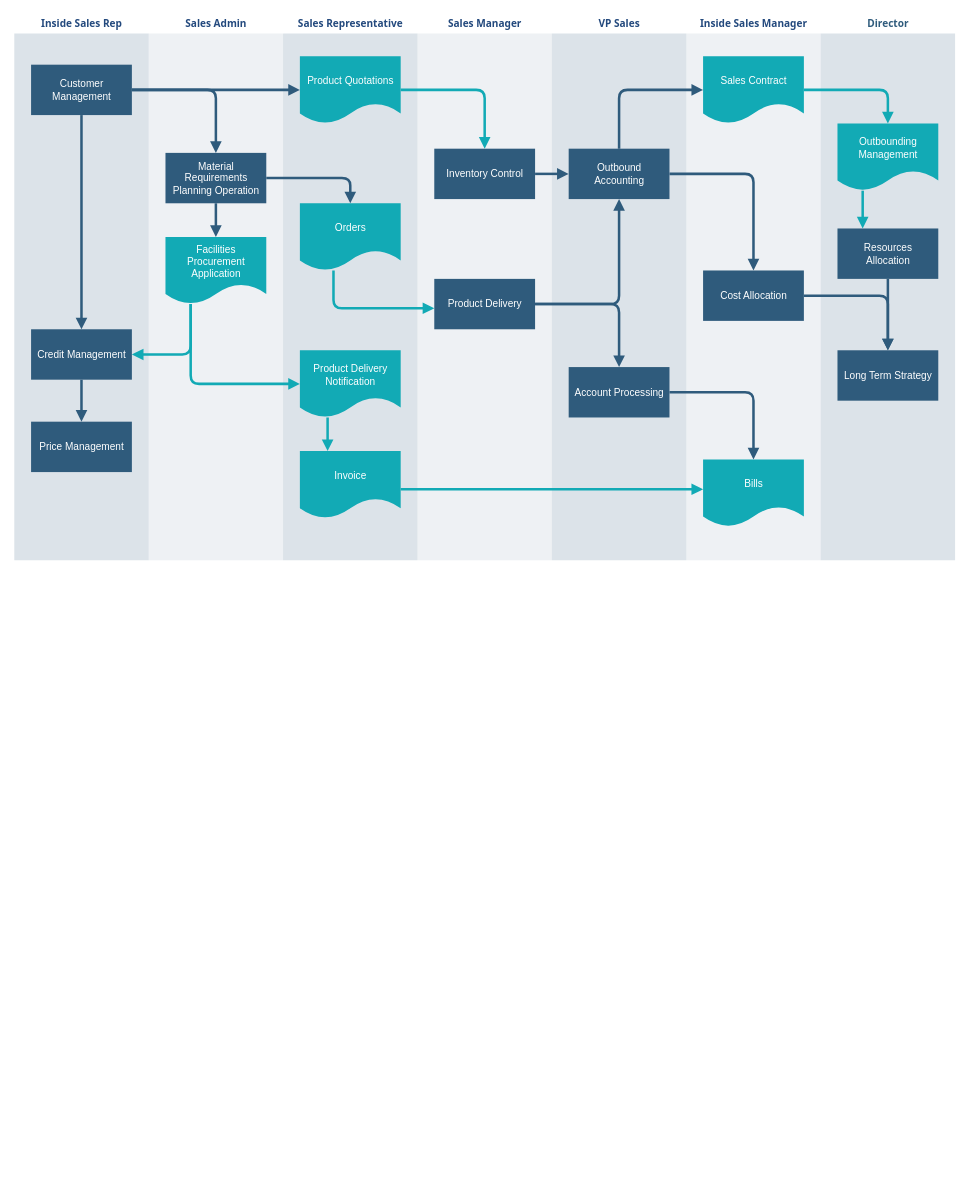
Above: Diagram Tanpa Judul.drawio in Menguncups/yahahahaha (draw.io), before the change. Source tidied: cells renumbered, new cells numbered last; positions are measured from the earlier drawing's top-left corner, leaving out a move shared by most shapes. Both pictures are drawn from the tidied source at 84%, with x=0, y=0 at pixel (13, 13).
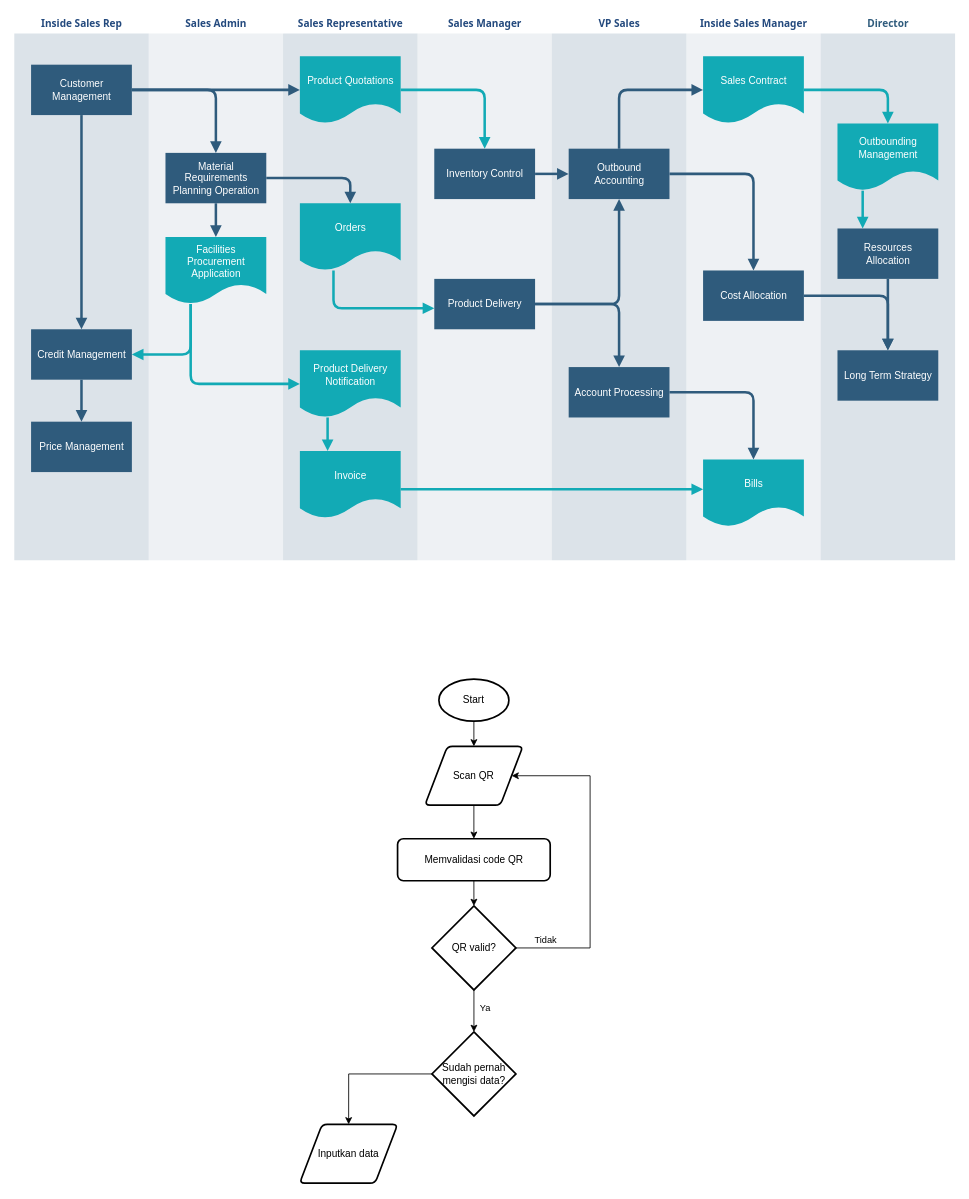
The same diagram, later.

What changed in the source:
```diff
@@
+    <mxCell id="50" style="edgeStyle=orthogonalEdgeStyle;rounded=0;jettySize=auto;html=1;exitX=0.5;exitY=1;exitDx=0;exitDy=0;exitPerimeter=0;entryX=0.5;entryY=0;entryDx=0;entryDy=0;" parent="1" edge="1" source="51" target="53">
+      <mxGeometry relative="1" as="geometry" />
+    </mxCell>
+    <mxCell id="51" value="Start" style="strokeWidth=2;html=1;shape=mxgraph.flowchart.start_1;whiteSpace=wrap;" parent="1" vertex="1">
+      <mxGeometry x="506" y="792" width="83.3" height="50" as="geometry" />
+    </mxCell>
+    <mxCell id="52" style="edgeStyle=orthogonalEdgeStyle;rounded=0;jettySize=auto;html=1;exitX=0.5;exitY=1;exitDx=0;exitDy=0;entryX=0.5;entryY=0;entryDx=0;entryDy=0;" parent="1" edge="1" source="53" target="54">
+      <mxGeometry relative="1" as="geometry" />
+    </mxCell>
+    <mxCell id="53" value="Scan QR" style="shape=parallelogram;html=1;strokeWidth=2;perimeter=parallelogramPerimeter;whiteSpace=wrap;rounded=1;arcSize=12;size=0.23;" parent="1" vertex="1">
+      <mxGeometry x="489.3" y="872" width="116.7" height="70" as="geometry" />
+    </mxCell>
+    <mxCell id="54" value="Memvalidasi code QR" style="rounded=1;whiteSpace=wrap;html=1;absoluteArcSize=1;arcSize=14;strokeWidth=2;" parent="1" vertex="1">
+      <mxGeometry x="456.8" y="982" width="181.7" height="50" as="geometry" />
+    </mxCell>
+    <mxCell id="55" style="edgeStyle=orthogonalEdgeStyle;rounded=0;jettySize=auto;html=1;exitX=1;exitY=0.5;exitDx=0;exitDy=0;exitPerimeter=0;entryX=1;entryY=0.5;entryDx=0;entryDy=0;" parent="1" edge="1" source="59" target="53">
+      <mxGeometry relative="1" as="geometry">
+        <Array as="points">
+          <mxPoint x="686" y="1112" />
+          <mxPoint x="686" y="907" />
+        </Array>
+      </mxGeometry>
+    </mxCell>
+    <mxCell id="56" value="Tidak" style="edgeLabel;html=1;align=center;verticalAlign=middle;" parent="55" vertex="1">
+      <mxGeometry x="-0.82" y="-4" relative="1" as="geometry">
+        <mxPoint y="-14" as="offset" />
+      </mxGeometry>
+    </mxCell>
+    <mxCell id="57" style="edgeStyle=orthogonalEdgeStyle;rounded=0;jettySize=auto;html=1;exitX=0.5;exitY=1;exitDx=0;exitDy=0;exitPerimeter=0;entryX=0.5;entryY=0;entryDx=0;entryDy=0;entryPerimeter=0;" parent="1" edge="1" source="59" target="61">
+      <mxGeometry relative="1" as="geometry" />
+    </mxCell>
+    <mxCell id="58" value="Ya" style="edgeLabel;html=1;align=center;verticalAlign=middle;" parent="57" vertex="1">
+      <mxGeometry x="-0.52" y="-2" relative="1" as="geometry">
+        <mxPoint x="15" y="8" as="offset" />
+      </mxGeometry>
+    </mxCell>
+    <mxCell id="59" value="QR valid?" style="strokeWidth=2;html=1;shape=mxgraph.flowchart.decision;whiteSpace=wrap;" parent="1" vertex="1">
+      <mxGeometry x="497.7" y="1062" width="100" height="100" as="geometry" />
+    </mxCell>
+    <mxCell id="60" style="edgeStyle=orthogonalEdgeStyle;rounded=0;jettySize=auto;html=1;exitX=0;exitY=0.5;exitDx=0;exitDy=0;exitPerimeter=0;entryX=0.5;entryY=0;entryDx=0;entryDy=0;" parent="1" edge="1" source="61" target="62">
+      <mxGeometry relative="1" as="geometry" />
+    </mxCell>
+    <mxCell id="61" value="Sudah pernah mengisi data?" style="strokeWidth=2;html=1;shape=mxgraph.flowchart.decision;whiteSpace=wrap;" parent="1" vertex="1">
+      <mxGeometry x="497.7" y="1212" width="100" height="100" as="geometry" />
+    </mxCell>
+    <mxCell id="62" value="Inputkan data" style="shape=parallelogram;html=1;strokeWidth=2;perimeter=parallelogramPerimeter;whiteSpace=wrap;rounded=1;arcSize=12;size=0.23;" parent="1" vertex="1">
+      <mxGeometry x="340.2" y="1322" width="116.7" height="70" as="geometry" />
+    </mxCell>
+    <mxCell id="63" style="edgeStyle=orthogonalEdgeStyle;rounded=0;jettySize=auto;html=1;exitX=0.5;exitY=1;exitDx=0;exitDy=0;entryX=0.5;entryY=0;entryDx=0;entryDy=0;entryPerimeter=0;" parent="1" edge="1" source="54" target="59">
+      <mxGeometry relative="1" as="geometry" />
+    </mxCell>
```
